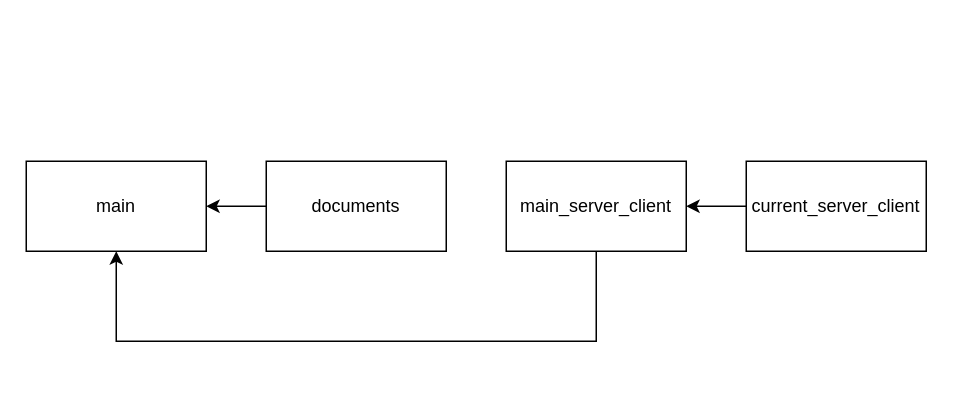
DenisMartyanov01/TaMP keeps this draw.io diagram as branches_diagram.drawio. Above is the earlier version. Source tidied: cells renumbered, new cells numbered last; positions are measured from the earlier drawing's top-left corner, leaving out a move shared by most shapes. Both pictures are drawn from the tidied source at 150%, with x=0, y=0 at pixel (26, 160).
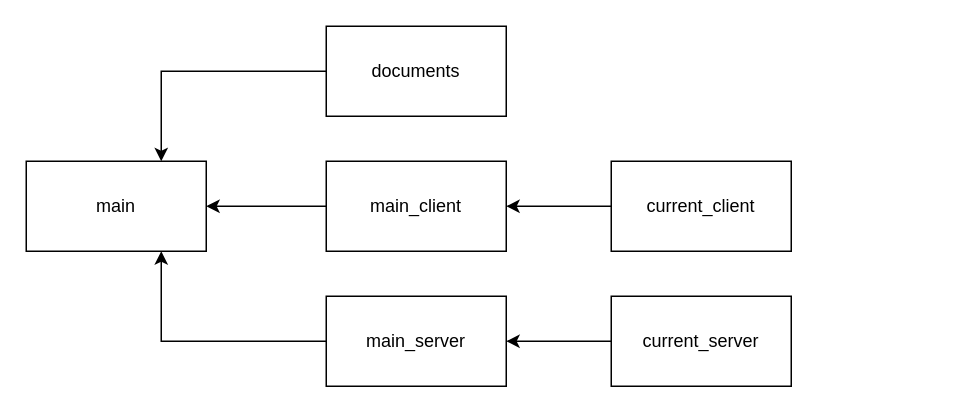
After the change.

Change to the diagram source:
```diff
@@
 <mxGraphModel>
   <root>
     <mxCell id="0" />
     <mxCell id="1" parent="0" />
     <mxCell id="2" value="main" style="rounded=0;whiteSpace=wrap;html=1;" parent="1" vertex="1">
       <mxGeometry width="120" height="60" as="geometry" />
     </mxCell>
-    <mxCell id="3" style="edgeStyle=orthogonalEdgeStyle;rounded=0;jettySize=auto;html=1;entryX=1;entryY=0.5;entryDx=0;entryDy=0;" parent="1" edge="1" source="4" target="2">
+    <mxCell id="3" style="edgeStyle=orthogonalEdgeStyle;rounded=0;jettySize=auto;html=1;entryX=0.75;entryY=0;entryDx=0;entryDy=0;" parent="1" edge="1" source="4" target="2">
       <mxGeometry relative="1" as="geometry" />
     </mxCell>
     <mxCell id="4" value="documents" style="rounded=0;whiteSpace=wrap;html=1;" parent="1" vertex="1">
-      <mxGeometry x="160" width="120" height="60" as="geometry" />
+      <mxGeometry x="200" y="-90" width="120" height="60" as="geometry" />
     </mxCell>
     <mxCell id="5" style="edgeStyle=orthogonalEdgeStyle;rounded=0;jettySize=auto;html=1;entryX=1;entryY=0.5;entryDx=0;entryDy=0;" parent="1" edge="1" source="6" target="8">
       <mxGeometry relative="1" as="geometry" />
     </mxCell>
-    <mxCell id="6" value="current_server_client" style="rounded=0;whiteSpace=wrap;html=1;" parent="1" vertex="1">
-      <mxGeometry x="480" width="120" height="60" as="geometry" />
+    <mxCell id="6" value="current_server" style="rounded=0;whiteSpace=wrap;html=1;" parent="1" vertex="1">
+      <mxGeometry x="390" y="90" width="120" height="60" as="geometry" />
     </mxCell>
-    <mxCell id="7" style="edgeStyle=orthogonalEdgeStyle;rounded=0;jettySize=auto;html=1;exitX=0.5;exitY=1;exitDx=0;exitDy=0;entryX=0.5;entryY=1;entryDx=0;entryDy=0;" parent="1" edge="1" source="8" target="2">
+    <mxCell id="7" style="edgeStyle=orthogonalEdgeStyle;rounded=0;jettySize=auto;html=1;exitX=0;exitY=0.5;exitDx=0;exitDy=0;" parent="1" edge="1" source="8">
       <mxGeometry relative="1" as="geometry">
+        <mxPoint x="90" y="60" as="targetPoint" />
         <Array as="points">
-          <mxPoint x="380" y="120" />
-          <mxPoint x="60" y="120" />
+          <mxPoint x="90" y="120" />
         </Array>
       </mxGeometry>
     </mxCell>
-    <mxCell id="8" value="main_server_client" style="rounded=0;whiteSpace=wrap;html=1;" parent="1" vertex="1">
-      <mxGeometry x="320" width="120" height="60" as="geometry" />
+    <mxCell id="8" value="main_server" style="rounded=0;whiteSpace=wrap;html=1;" parent="1" vertex="1">
+      <mxGeometry x="200" y="90" width="120" height="60" as="geometry" />
     </mxCell>
+    <mxCell id="9" style="edgeStyle=orthogonalEdgeStyle;rounded=0;jettySize=auto;html=1;entryX=1;entryY=0.5;entryDx=0;entryDy=0;" parent="1" edge="1" source="10" target="11">
+      <mxGeometry relative="1" as="geometry" />
+    </mxCell>
+    <mxCell id="10" value="current_client" style="rounded=0;whiteSpace=wrap;html=1;" parent="1" vertex="1">
+      <mxGeometry x="390" width="120" height="60" as="geometry" />
+    </mxCell>
+    <mxCell id="11" value="main_client" style="rounded=0;whiteSpace=wrap;html=1;" parent="1" vertex="1">
+      <mxGeometry x="200" width="120" height="60" as="geometry" />
+    </mxCell>
+    <mxCell id="12" style="edgeStyle=orthogonalEdgeStyle;rounded=0;jettySize=auto;html=1;exitX=0;exitY=0.5;exitDx=0;exitDy=0;" parent="1" edge="1" source="11">
+      <mxGeometry relative="1" as="geometry">
+        <mxPoint x="120" y="30" as="targetPoint" />
+        <Array as="points">
+          <mxPoint x="140" y="30" />
+          <mxPoint x="140" y="30" />
+        </Array>
+      </mxGeometry>
+    </mxCell>
   </root>
 </mxGraphModel>
```
